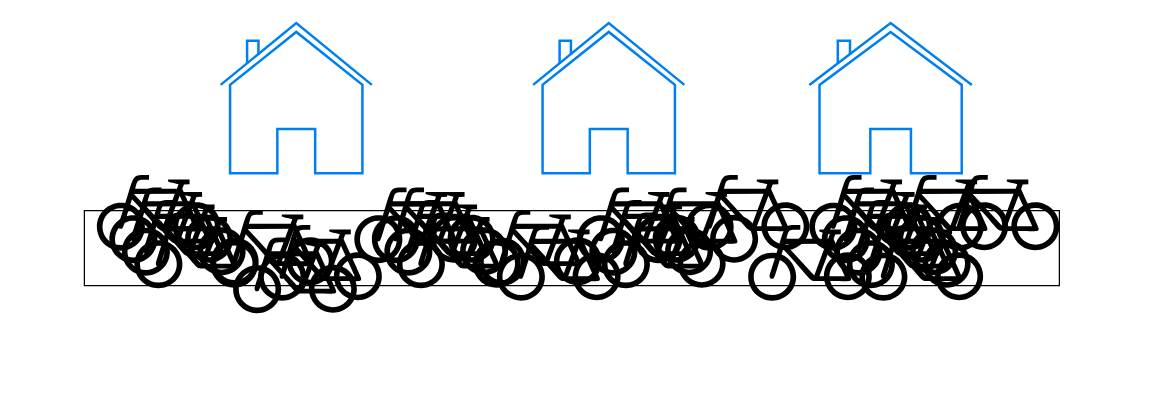
The draw.io diagram 未命名绘图.drawio in qingchu123/qingchu123, before the edit. Source tidied: cells renumbered, new cells numbered last; positions are measured from the earlier drawing's top-left corner, leaving out a move shared by most shapes. Both pictures are drawn from the tidied source at 125%, with x=0, y=0 at pixel (84, 22).
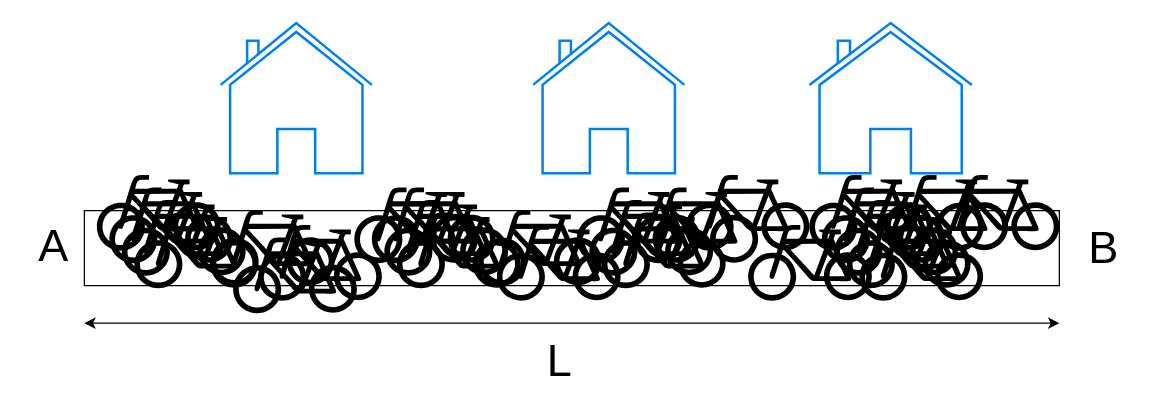
The same page after the edit.

Commit message (it also covers changes not shown here):
更新未命名绘图.drawio

Change to the diagram source:
```diff
@@
+    <mxCell id="32" value="&lt;font style=&quot;font-size: 36px;&quot;&gt;A&lt;/font&gt;" style="text;html=1;align=center;verticalAlign=middle;strokeColor=none;fillColor=none;" parent="1" vertex="1">
+      <mxGeometry x="-50" y="148" width="50" height="60" as="geometry" />
+    </mxCell>
+    <mxCell id="33" value="&lt;font style=&quot;font-size: 36px;&quot;&gt;B&lt;/font&gt;" style="text;html=1;align=center;verticalAlign=middle;strokeColor=none;fillColor=none;" parent="1" vertex="1">
+      <mxGeometry x="790" y="149" width="50" height="60" as="geometry" />
+    </mxCell>
+    <mxCell id="34" style="endArrow=classic;startArrow=classic;html=1;rounded=0;" parent="1" edge="1">
+      <mxGeometry relative="1" as="geometry">
+        <mxPoint y="240" as="sourcePoint" />
+        <mxPoint x="780" y="240" as="targetPoint" />
+      </mxGeometry>
+    </mxCell>
+    <mxCell id="35" value="&lt;font style=&quot;font-size: 36px;&quot;&gt;L&lt;/font&gt;" style="text;html=1;align=center;verticalAlign=middle;strokeColor=none;fillColor=none;" parent="1" vertex="1">
+      <mxGeometry x="359.5" y="240" width="40" height="60" as="geometry" />
+    </mxCell>
```
